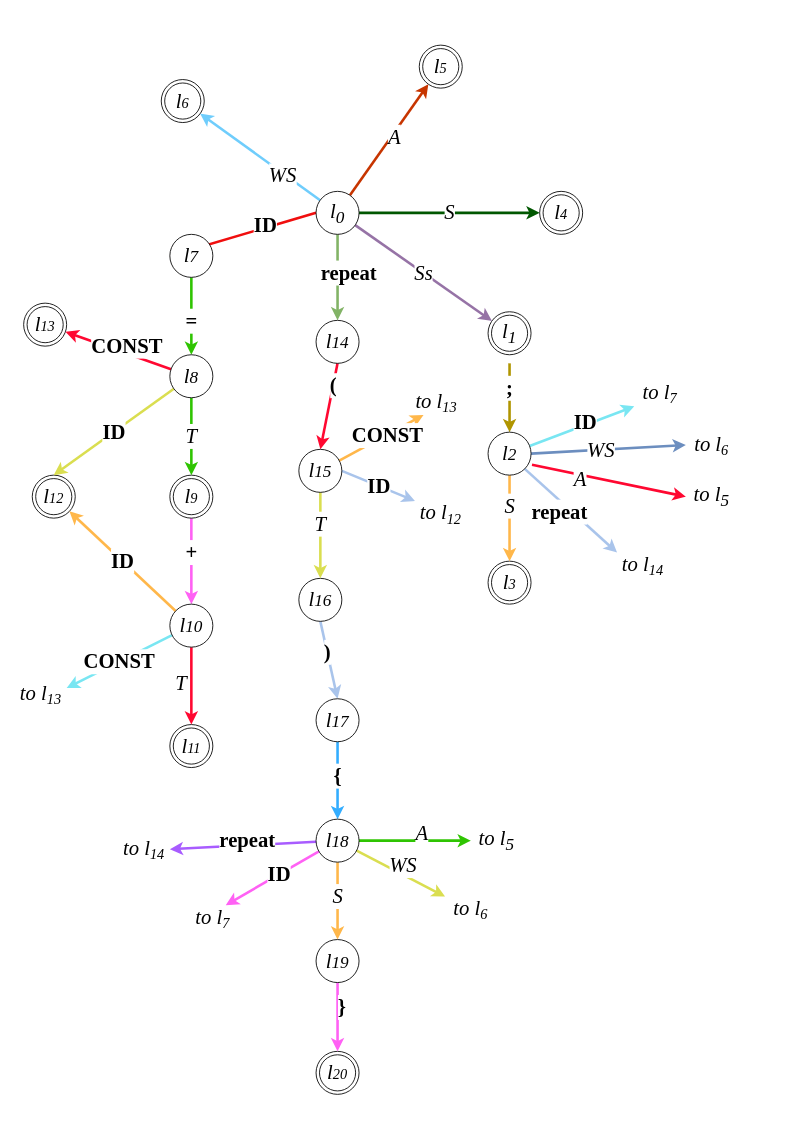
sssteeefaaan/VII-Semestar keeps this draw.io diagram as Programski Prevodioci/Lab/2021/Lab 2/Untitled Diagram.drawio. Above is the earlier version. Source tidied: cells renumbered, new cells numbered last; positions are measured from the earlier drawing's top-left corner, leaving out a move shared by most shapes. Both pictures are drawn from the tidied source at 86%, with x=0, y=0 at pixel (15, 45).
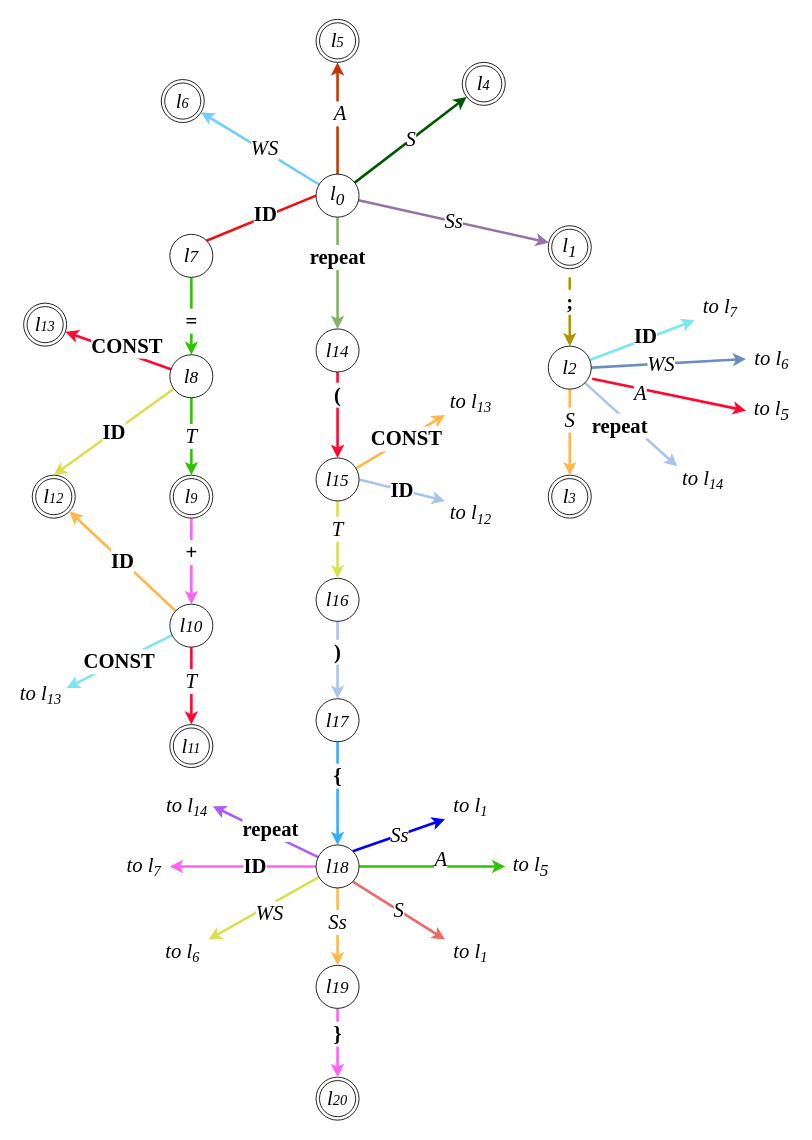
The same diagram, later.

The change refers to these unchanged cells:
```xml
<mxCell id="7" value="&lt;h1&gt;&lt;i style=&quot;font-weight: normal&quot;&gt;&lt;font face=&quot;Times New Roman&quot;&gt;l&lt;span style=&quot;font-size: 16.6667px&quot;&gt;11&lt;/span&gt;&lt;/font&gt;&lt;/i&gt;&lt;/h1&gt;" style="ellipse;shape=doubleEllipse;whiteSpace=wrap;html=1;" parent="1" vertex="1">
  <mxGeometry x="180" y="790" width="50" height="50" as="geometry" />
</mxCell>
<mxCell id="10" value="&lt;h1&gt;&lt;i style=&quot;font-weight: normal&quot;&gt;&lt;font face=&quot;Times New Roman&quot;&gt;l&lt;span style=&quot;font-size: 16.6667px&quot;&gt;6&lt;/span&gt;&lt;/font&gt;&lt;/i&gt;&lt;/h1&gt;" style="ellipse;shape=doubleEllipse;whiteSpace=wrap;html=1;" parent="1" vertex="1">
  <mxGeometry x="170" y="40" width="50" height="50" as="geometry" />
</mxCell>
<mxCell id="36" value="&lt;h1&gt;&lt;i style=&quot;font-weight: normal&quot;&gt;l&lt;span style=&quot;font-size: 20px&quot;&gt;10&lt;/span&gt;&lt;/i&gt;&lt;/h1&gt;" style="ellipse;whiteSpace=wrap;html=1;fontFamily=Times New Roman;" parent="1" vertex="1">
  <mxGeometry x="180" y="650" width="50" height="50" as="geometry" />
</mxCell>
<mxCell id="42" value="&lt;h1&gt;&lt;i style=&quot;font-weight: normal&quot;&gt;l&lt;span style=&quot;font-size: 20px&quot;&gt;17&lt;/span&gt;&lt;/i&gt;&lt;/h1&gt;" style="ellipse;whiteSpace=wrap;html=1;fontFamily=Times New Roman;" parent="1" vertex="1">
  <mxGeometry x="350" y="760" width="50" height="50" as="geometry" />
</mxCell>
```

Change to the diagram source:
```diff
@@
     <mxCell id="2" value="&lt;b&gt;;&lt;/b&gt;" style="rounded=0;jettySize=auto;html=1;entryDx=0;entryDy=0;fontFamily=Times New Roman;fontSize=24;elbow=vertical;orthogonal=1;fillColor=#e3c800;strokeColor=#B09500;strokeWidth=3;entryX=0.5;entryY=0;" parent="1" edge="1" target="27">
       <mxGeometry x="-0.25" relative="1" as="geometry">
-        <mxPoint x="575" y="370" as="sourcePoint" />
+        <mxPoint x="645" y="270" as="sourcePoint" />
         <mxPoint y="-1" as="offset" />
       </mxGeometry>
     </mxCell>
     <mxCell id="3" value="&lt;h1&gt;&lt;i style=&quot;font-weight: normal&quot;&gt;&lt;font face=&quot;Times New Roman&quot;&gt;l&lt;sub&gt;1&lt;/sub&gt;&lt;/font&gt;&lt;/i&gt;&lt;/h1&gt;" style="ellipse;shape=doubleEllipse;whiteSpace=wrap;html=1;" parent="1" vertex="1">
-      <mxGeometry x="550" y="310" width="50" height="50" as="geometry" />
+      <mxGeometry x="620" y="210" width="50" height="50" as="geometry" />
     </mxCell>
     <mxCell id="4" value="&lt;h1&gt;&lt;i style=&quot;font-weight: normal&quot;&gt;&lt;font face=&quot;Times New Roman&quot;&gt;l&lt;span style=&quot;font-size: 16.6667px&quot;&gt;20&lt;/span&gt;&lt;/font&gt;&lt;/i&gt;&lt;/h1&gt;" style="ellipse;shape=doubleEllipse;whiteSpace=wrap;html=1;" parent="1" vertex="1">
-      <mxGeometry x="350" y="1170" width="50" height="50" as="geometry" />
+      <mxGeometry x="350" y="1200" width="50" height="50" as="geometry" />
     </mxCell>
@@
     <mxCell id="11" value="&lt;h1&gt;&lt;i style=&quot;font-weight: normal&quot;&gt;&lt;font face=&quot;Times New Roman&quot;&gt;l&lt;span style=&quot;font-size: 16.6667px&quot;&gt;5&lt;/span&gt;&lt;/font&gt;&lt;/i&gt;&lt;/h1&gt;" style="ellipse;shape=doubleEllipse;whiteSpace=wrap;html=1;" parent="1" vertex="1">
-      <mxGeometry x="470" width="50" height="50" as="geometry" />
+      <mxGeometry x="350" y="-30" width="50" height="50" as="geometry" />
     </mxCell>
     <mxCell id="12" value="&lt;h1&gt;&lt;i style=&quot;font-weight: normal&quot;&gt;&lt;font face=&quot;Times New Roman&quot;&gt;l&lt;span style=&quot;font-size: 16.6667px&quot;&gt;4&lt;/span&gt;&lt;/font&gt;&lt;/i&gt;&lt;/h1&gt;" style="ellipse;shape=doubleEllipse;whiteSpace=wrap;html=1;" parent="1" vertex="1">
-      <mxGeometry x="610" y="170" width="50" height="50" as="geometry" />
+      <mxGeometry x="520" y="20" width="50" height="50" as="geometry" />
     </mxCell>
     <mxCell id="13" value="&lt;h1&gt;&lt;i style=&quot;font-weight: normal&quot;&gt;&lt;font face=&quot;Times New Roman&quot;&gt;l&lt;span style=&quot;font-size: 16.6667px&quot;&gt;3&lt;/span&gt;&lt;/font&gt;&lt;/i&gt;&lt;/h1&gt;" style="ellipse;shape=doubleEllipse;whiteSpace=wrap;html=1;" parent="1" vertex="1">
-      <mxGeometry x="550" y="600" width="50" height="50" as="geometry" />
+      <mxGeometry x="620" y="500" width="50" height="50" as="geometry" />
     </mxCell>
@@
     <mxCell id="17" value="&lt;i&gt;WS&lt;/i&gt;" style="edgeStyle=orthogonalEdgeStyle;curved=1;jettySize=auto;html=1;exitDx=0;exitDy=0;entryDx=0;entryDy=0;entryPerimeter=0;fontFamily=Times New Roman;fontSize=24;elbow=vertical;noEdgeStyle=1;orthogonal=1;fillColor=#cce5ff;strokeColor=#6FCDFC;strokeWidth=3;" parent="1" edge="1" source="21" target="10">
-      <mxGeometry x="-0.39" y="3" relative="1" as="geometry" />
+      <mxGeometry x="-0.05" y="-3" relative="1" as="geometry" />
     </mxCell>
@@
     <mxCell id="20" value="&lt;b&gt;repeat&lt;/b&gt;" style="jettySize=auto;html=1;exitDx=0;exitDy=0;entryDx=0;entryDy=0;fontFamily=Times New Roman;fontSize=24;elbow=vertical;orthogonal=1;fillColor=#d5e8d4;strokeColor=#82b366;strokeWidth=3;" parent="1" edge="1" source="21" target="38">
-      <mxGeometry x="-0.11" y="12" relative="1" as="geometry">
-        <mxPoint x="1" as="offset" />
-      </mxGeometry>
+      <mxGeometry x="-0.27" relative="1" as="geometry" />
     </mxCell>
     <mxCell id="21" value="&lt;h1&gt;&lt;i style=&quot;font-weight: normal&quot;&gt;l&lt;sub&gt;0&lt;/sub&gt;&lt;/i&gt;&lt;/h1&gt;" style="ellipse;whiteSpace=wrap;html=1;fontFamily=Times New Roman;" parent="1" vertex="1">
-      <mxGeometry x="350" y="170" width="50" height="50" as="geometry" />
+      <mxGeometry x="350" y="150" width="50" height="50" as="geometry" />
     </mxCell>
@@
     <mxCell id="27" value="&lt;h1&gt;&lt;i style=&quot;font-weight: normal&quot;&gt;l&lt;span style=&quot;font-size: 20px&quot;&gt;2&lt;/span&gt;&lt;/i&gt;&lt;/h1&gt;" style="ellipse;whiteSpace=wrap;html=1;fontFamily=Times New Roman;" parent="1" vertex="1">
-      <mxGeometry x="550" y="450" width="50" height="50" as="geometry" />
+      <mxGeometry x="620" y="350" width="50" height="50" as="geometry" />
     </mxCell>
@@
     <mxCell id="35" value="&lt;i&gt;T&lt;/i&gt;" style="jettySize=auto;html=1;exitDx=0;exitDy=0;entryDx=0;entryDy=0;fontFamily=Times New Roman;fontSize=24;elbow=vertical;orthogonal=1;strokeColor=#FF0831;strokeWidth=3;" parent="1" edge="1" source="36" target="7">
-      <mxGeometry x="-0.06" y="-12" relative="1" as="geometry" />
+      <mxGeometry x="-0.11" relative="1" as="geometry" />
     </mxCell>
@@
     <mxCell id="38" value="&lt;h1&gt;&lt;i style=&quot;font-weight: normal&quot;&gt;l&lt;span style=&quot;font-size: 20px&quot;&gt;14&lt;/span&gt;&lt;/i&gt;&lt;/h1&gt;" style="ellipse;whiteSpace=wrap;html=1;fontFamily=Times New Roman;" parent="1" vertex="1">
-      <mxGeometry x="350" y="320" width="50" height="50" as="geometry" />
+      <mxGeometry x="350" y="330" width="50" height="50" as="geometry" />
     </mxCell>
@@
     <mxCell id="40" value="&lt;h1&gt;&lt;i style=&quot;font-weight: normal&quot;&gt;l&lt;span style=&quot;font-size: 20px&quot;&gt;16&lt;/span&gt;&lt;/i&gt;&lt;/h1&gt;" style="ellipse;whiteSpace=wrap;html=1;fontFamily=Times New Roman;" parent="1" vertex="1">
-      <mxGeometry x="330" y="620" width="50" height="50" as="geometry" />
+      <mxGeometry x="350" y="620" width="50" height="50" as="geometry" />
     </mxCell>
     <mxCell id="41" value="{" style="jettySize=auto;html=1;exitDx=0;exitDy=0;entryDx=0;entryDy=0;fontFamily=Times New Roman;fontSize=24;elbow=vertical;fontStyle=1;orthogonal=1;entryX=0.5;entryY=0;strokeWidth=3;strokeColor=#33ADFF;" parent="1" edge="1" source="42" target="48">
-      <mxGeometry x="-0.09" relative="1" as="geometry">
-        <mxPoint y="-1" as="offset" />
-      </mxGeometry>
+      <mxGeometry x="-0.33" relative="1" as="geometry" />
     </mxCell>
@@
-    <mxCell id="43" value="A" style="rounded=0;jettySize=auto;html=1;exitDx=0;exitDy=0;fontFamily=Times New Roman;fontSize=24;fontStyle=2;orthogonal=1;strokeColor=#2FC402;strokeWidth=3;entryX=0;entryY=0.5;entryDx=0;entryDy=0;" parent="1" edge="1" source="48" target="59">
+    <mxCell id="43" value="A" style="rounded=0;jettySize=auto;html=1;exitDx=0;exitDy=0;fontFamily=Times New Roman;fontSize=24;fontStyle=2;orthogonal=1;strokeColor=#2FC402;strokeWidth=3;entryX=0;entryY=0.5;entryDx=0;entryDy=0;exitX=1;exitY=0.5;" parent="1" edge="1" source="48" target="59">
       <mxGeometry x="0.12" y="8" relative="1" as="geometry" />
     </mxCell>
-    <mxCell id="44" value="WS" style="rounded=0;jettySize=auto;html=1;exitDx=0;exitDy=0;fontFamily=Times New Roman;fontSize=24;elbow=vertical;fontStyle=2;orthogonal=1;strokeColor=#DADE50;strokeWidth=3;entryX=0;entryY=0;entryDx=0;entryDy=0;" parent="1" edge="1" source="48" target="60">
+    <mxCell id="44" value="WS" style="rounded=0;jettySize=auto;html=1;exitDx=0;exitDy=0;fontFamily=Times New Roman;fontSize=24;elbow=vertical;fontStyle=2;orthogonal=1;strokeColor=#DADE50;strokeWidth=3;entryX=1;entryY=0;entryDx=0;entryDy=0;" parent="1" edge="1" source="48" target="60">
       <mxGeometry x="-0.03" y="9" relative="1" as="geometry" />
     </mxCell>
-    <mxCell id="45" value="&lt;b&gt;ID&lt;/b&gt;" style="rounded=0;jettySize=auto;html=1;exitDx=0;exitDy=0;fontFamily=Times New Roman;fontSize=24;elbow=vertical;orthogonal=1;strokeColor=#FF61F4;strokeWidth=3;entryX=0.75;entryY=0;entryDx=0;entryDy=0;" parent="1" edge="1" source="48" target="61">
-      <mxGeometry x="-0.16" relative="1" as="geometry" />
+    <mxCell id="45" value="&lt;b&gt;ID&lt;/b&gt;" style="rounded=0;jettySize=auto;html=1;exitDx=0;exitDy=0;fontFamily=Times New Roman;fontSize=24;elbow=vertical;orthogonal=1;strokeColor=#FF61F4;strokeWidth=3;entryX=1;entryY=0.5;entryDx=0;entryDy=0;" parent="1" edge="1" source="48" target="61">
+      <mxGeometry x="-0.16" relative="1" as="geometry">
+        <Array as="points">
+          <mxPoint x="340" y="955" />
+        </Array>
+      </mxGeometry>
     </mxCell>
-    <mxCell id="46" value="&lt;i&gt;S&lt;/i&gt;" style="jettySize=auto;html=1;exitDx=0;exitDy=0;fontFamily=Times New Roman;fontSize=24;elbow=vertical;orthogonal=1;strokeColor=#FFB74A;strokeWidth=3;entryX=0.5;entryY=0;entryDx=0;entryDy=0;" parent="1" edge="1" source="48" target="50">
+    <mxCell id="46" value="&lt;i&gt;Ss&lt;/i&gt;" style="jettySize=auto;html=1;exitDx=0;exitDy=0;fontFamily=Times New Roman;fontSize=24;elbow=vertical;orthogonal=1;strokeColor=#FFB74A;strokeWidth=3;entryX=0.5;entryY=0;entryDx=0;entryDy=0;" parent="1" edge="1" source="48" target="50">
       <mxGeometry x="-0.11" relative="1" as="geometry" />
     </mxCell>
@@
+    <mxCell id="66" value="&lt;font style=&quot;font-size: 24px&quot;&gt;&lt;i&gt;Ss&lt;/i&gt;&lt;/font&gt;" style="rounded=0;jettySize=auto;html=1;exitX=1;exitY=0;exitDx=0;exitDy=0;fontFamily=Times New Roman;strokeColor=#0000FF;strokeWidth=3;entryX=0;entryY=1;entryDx=0;entryDy=0;" parent="1" edge="1" source="48" target="68">
+      <mxGeometry relative="1" as="geometry" />
+    </mxCell>
+    <mxCell id="67" value="&lt;i&gt;S&lt;/i&gt;" style="edgeStyle=none;rounded=0;jettySize=auto;html=1;exitX=1;exitY=1;exitDx=0;exitDy=0;entryX=0;entryY=0;entryDx=0;entryDy=0;fontFamily=Times New Roman;fontSize=24;strokeWidth=3;strokeColor=#EA6B66;" parent="1" edge="1" source="48" target="69">
+      <mxGeometry relative="1" as="geometry" />
+    </mxCell>
     <mxCell id="48" value="&lt;h1&gt;&lt;i style=&quot;font-weight: normal&quot;&gt;l&lt;span style=&quot;font-size: 20px&quot;&gt;18&lt;/span&gt;&lt;/i&gt;&lt;/h1&gt;" style="ellipse;whiteSpace=wrap;html=1;fontFamily=Times New Roman;" parent="1" vertex="1">
-      <mxGeometry x="350" y="900" width="50" height="50" as="geometry" />
+      <mxGeometry x="350" y="930" width="50" height="50" as="geometry" />
     </mxCell>
     <mxCell id="49" value="&lt;b&gt;}&lt;/b&gt;" style="jettySize=auto;html=1;entryDx=0;entryDy=0;fontFamily=Times New Roman;fontSize=24;elbow=vertical;orthogonal=1;strokeColor=#FF61F4;strokeWidth=3;" parent="1" edge="1" source="50" target="4">
-      <mxGeometry x="-0.25" y="5" relative="1" as="geometry">
-        <mxPoint y="-1" as="offset" />
-      </mxGeometry>
+      <mxGeometry x="-0.25" relative="1" as="geometry" />
     </mxCell>
     <mxCell id="50" value="&lt;h1&gt;&lt;i style=&quot;font-weight: normal&quot;&gt;l&lt;span style=&quot;font-size: 20px&quot;&gt;19&lt;/span&gt;&lt;/i&gt;&lt;/h1&gt;" style="ellipse;whiteSpace=wrap;html=1;fontFamily=Times New Roman;" parent="1" vertex="1">
-      <mxGeometry x="350" y="1040" width="50" height="50" as="geometry" />
+      <mxGeometry x="350" y="1070" width="50" height="50" as="geometry" />
     </mxCell>
@@
-    <mxCell id="52" value="&lt;b&gt;CONST&lt;/b&gt;" style="rounded=0;jettySize=auto;html=1;exitDx=0;exitDy=0;fontFamily=Times New Roman;fontSize=24;elbow=vertical;orthogonal=1;strokeColor=#FFB74A;strokeWidth=3;entryX=0.25;entryY=1;entryDx=0;entryDy=0;" parent="1" edge="1" source="54" target="64">
+    <mxCell id="52" value="&lt;b&gt;CONST&lt;/b&gt;" style="rounded=0;jettySize=auto;html=1;exitDx=0;exitDy=0;fontFamily=Times New Roman;fontSize=24;elbow=vertical;orthogonal=1;strokeColor=#FFB74A;strokeWidth=3;entryX=0;entryY=1;entryDx=0;entryDy=0;" parent="1" edge="1" source="54" target="64">
       <mxGeometry x="0.13" y="-1" relative="1" as="geometry" />
     </mxCell>
@@
     <mxCell id="54" value="&lt;h1&gt;&lt;i style=&quot;font-weight: normal&quot;&gt;l&lt;span style=&quot;font-size: 20px&quot;&gt;15&lt;/span&gt;&lt;/i&gt;&lt;/h1&gt;" style="ellipse;whiteSpace=wrap;html=1;fontFamily=Times New Roman;" parent="1" vertex="1">
-      <mxGeometry x="330" y="470" width="50" height="50" as="geometry" />
+      <mxGeometry x="350" y="480" width="50" height="50" as="geometry" />
     </mxCell>
     <mxCell id="55" value="&lt;i&gt;to l&lt;sub&gt;5&lt;/sub&gt;&lt;/i&gt;" style="text;html=1;strokeColor=none;fillColor=none;align=center;verticalAlign=middle;whiteSpace=wrap;rounded=0;fontFamily=Times New Roman;fontSize=24;" parent="1" vertex="1">
-      <mxGeometry x="780" y="510" width="60" height="30" as="geometry" />
+      <mxGeometry x="850" y="410" width="60" height="30" as="geometry" />
     </mxCell>
     <mxCell id="56" value="&lt;i&gt;to l&lt;span style=&quot;font-size: 20px&quot;&gt;&lt;sub&gt;6&lt;/sub&gt;&lt;/span&gt;&lt;/i&gt;" style="text;html=1;strokeColor=none;fillColor=none;align=center;verticalAlign=middle;whiteSpace=wrap;rounded=0;fontFamily=Times New Roman;fontSize=24;" parent="1" vertex="1">
-      <mxGeometry x="780" y="450" width="60" height="30" as="geometry" />
+      <mxGeometry x="850" y="350" width="60" height="30" as="geometry" />
     </mxCell>
     <mxCell id="57" value="&lt;i&gt;to l&lt;span style=&quot;font-size: 20px&quot;&gt;&lt;sub&gt;7&lt;/sub&gt;&lt;/span&gt;&lt;/i&gt;" style="text;html=1;strokeColor=none;fillColor=none;align=center;verticalAlign=middle;whiteSpace=wrap;rounded=0;fontFamily=Times New Roman;fontSize=24;" parent="1" vertex="1">
-      <mxGeometry x="720" y="390" width="60" height="30" as="geometry" />
+      <mxGeometry x="790" y="290" width="60" height="30" as="geometry" />
     </mxCell>
     <mxCell id="58" value="&lt;i&gt;to l&lt;span style=&quot;font-size: 20px&quot;&gt;&lt;sub&gt;14&lt;/sub&gt;&lt;/span&gt;&lt;/i&gt;" style="text;html=1;strokeColor=none;fillColor=none;align=center;verticalAlign=middle;whiteSpace=wrap;rounded=0;fontFamily=Times New Roman;fontSize=24;" parent="1" vertex="1">
-      <mxGeometry x="700" y="590" width="60" height="30" as="geometry" />
+      <mxGeometry x="770" y="490" width="60" height="30" as="geometry" />
     </mxCell>
     <mxCell id="59" value="&lt;i&gt;to l&lt;sub&gt;5&lt;/sub&gt;&lt;/i&gt;" style="text;html=1;strokeColor=none;fillColor=none;align=center;verticalAlign=middle;whiteSpace=wrap;rounded=0;fontFamily=Times New Roman;fontSize=24;" parent="1" vertex="1">
-      <mxGeometry x="530" y="910" width="60" height="30" as="geometry" />
+      <mxGeometry x="570" y="940" width="60" height="30" as="geometry" />
     </mxCell>
     <mxCell id="60" value="&lt;i&gt;to l&lt;span style=&quot;font-size: 20px&quot;&gt;&lt;sub&gt;6&lt;/sub&gt;&lt;/span&gt;&lt;/i&gt;" style="text;html=1;strokeColor=none;fillColor=none;align=center;verticalAlign=middle;whiteSpace=wrap;rounded=0;fontFamily=Times New Roman;fontSize=24;" parent="1" vertex="1">
-      <mxGeometry x="500" y="990" width="60" height="30" as="geometry" />
+      <mxGeometry x="165" y="1040" width="60" height="30" as="geometry" />
     </mxCell>
     <mxCell id="61" value="&lt;i&gt;to l&lt;span style=&quot;font-size: 20px&quot;&gt;&lt;sub&gt;7&lt;/sub&gt;&lt;/span&gt;&lt;/i&gt;" style="text;html=1;strokeColor=none;fillColor=none;align=center;verticalAlign=middle;whiteSpace=wrap;rounded=0;fontFamily=Times New Roman;fontSize=24;" parent="1" vertex="1">
-      <mxGeometry x="200" y="1000" width="60" height="30" as="geometry" />
+      <mxGeometry x="120" y="940" width="60" height="30" as="geometry" />
     </mxCell>
     <mxCell id="62" value="&lt;i&gt;to l&lt;span style=&quot;font-size: 20px&quot;&gt;&lt;sub&gt;14&lt;/sub&gt;&lt;/span&gt;&lt;/i&gt;" style="text;html=1;strokeColor=none;fillColor=none;align=center;verticalAlign=middle;whiteSpace=wrap;rounded=0;fontFamily=Times New Roman;fontSize=24;" parent="1" vertex="1">
-      <mxGeometry x="120" y="920" width="60" height="30" as="geometry" />
+      <mxGeometry x="170" y="870" width="60" height="30" as="geometry" />
     </mxCell>
     <mxCell id="63" value="&lt;i&gt;to l&lt;span style=&quot;font-size: 20px&quot;&gt;&lt;sub&gt;12&lt;/sub&gt;&lt;/span&gt;&lt;/i&gt;" style="text;html=1;strokeColor=none;fillColor=none;align=center;verticalAlign=middle;whiteSpace=wrap;rounded=0;fontFamily=Times New Roman;fontSize=24;" parent="1" vertex="1">
-      <mxGeometry x="465" y="530" width="60" height="30" as="geometry" />
+      <mxGeometry x="500" y="530" width="60" height="30" as="geometry" />
     </mxCell>
     <mxCell id="64" value="&lt;i&gt;to l&lt;span style=&quot;font-size: 20px&quot;&gt;&lt;sub&gt;13&lt;br&gt;&lt;/sub&gt;&lt;/span&gt;&lt;/i&gt;" style="text;html=1;strokeColor=none;fillColor=none;align=center;verticalAlign=middle;whiteSpace=wrap;rounded=0;fontFamily=Times New Roman;fontSize=24;" parent="1" vertex="1">
-      <mxGeometry x="460" y="400" width="60" height="30" as="geometry" />
+      <mxGeometry x="500" y="400" width="60" height="30" as="geometry" />
     </mxCell>
@@
+    <mxCell id="68" value="&lt;i&gt;to l&lt;span style=&quot;font-size: 20px&quot;&gt;&lt;sub&gt;1&lt;/sub&gt;&lt;/span&gt;&lt;/i&gt;" style="text;html=1;strokeColor=none;fillColor=none;align=center;verticalAlign=middle;whiteSpace=wrap;rounded=0;fontFamily=Times New Roman;fontSize=24;" parent="1" vertex="1">
+      <mxGeometry x="500" y="870" width="60" height="30" as="geometry" />
+    </mxCell>
+    <mxCell id="69" value="&lt;i&gt;to l&lt;span style=&quot;font-size: 20px&quot;&gt;&lt;sub&gt;1&lt;/sub&gt;&lt;/span&gt;&lt;/i&gt;" style="text;html=1;strokeColor=none;fillColor=none;align=center;verticalAlign=middle;whiteSpace=wrap;rounded=0;fontFamily=Times New Roman;fontSize=24;" parent="1" vertex="1">
+      <mxGeometry x="500" y="1040" width="60" height="30" as="geometry" />
+    </mxCell>
```
